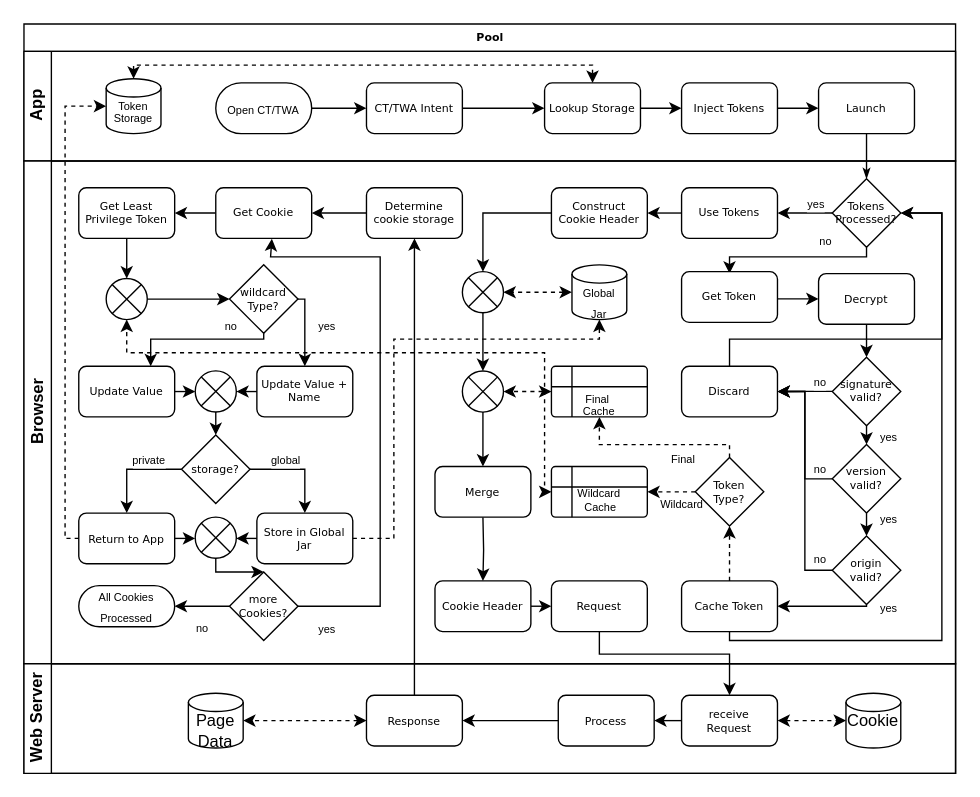
Before: thesis-template/res/Figures/Untitled Diagram.drawio in timchr42/thesis, a draw.io diagram. Source tidied: cells renumbered, new cells numbered last; positions are measured from the earlier drawing's top-left corner, leaving out a move shared by most shapes. Both pictures are drawn from the tidied source at 137%, with x=0, y=0 at pixel (23, 23).
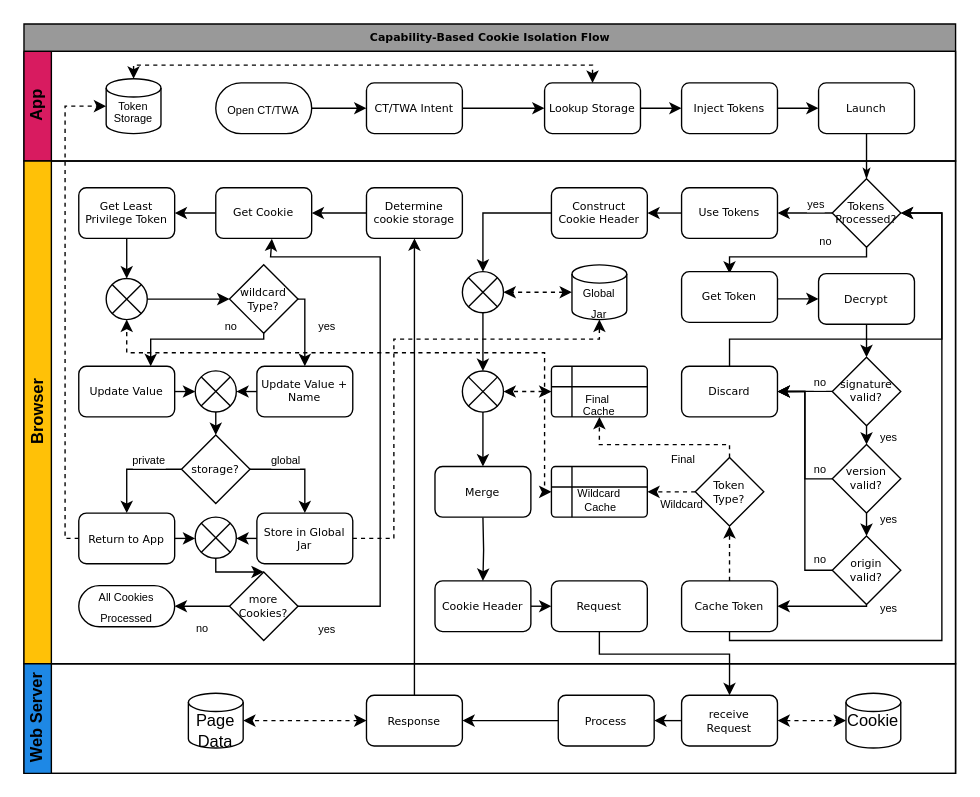
Above is the later version.

Commit message:
Update Untitled Diagram colored.drawio

Change to the diagram source:
```diff
@@
-    <mxCell id="2" value="Pool" style="swimlane;html=1;horizontal=1;startSize=20;rounded=0;shadow=0;labelBackgroundColor=none;strokeWidth=1;fontFamily=Verdana;fontSize=8;align=center;" parent="1" vertex="1">
+    <mxCell id="2" value="Capability-Based Cookie Isolation Flow" style="swimlane;html=1;horizontal=1;startSize=20;rounded=0;shadow=0;labelBackgroundColor=none;strokeWidth=1;fontFamily=Verdana;fontSize=8;align=center;fillColor=#999999;" parent="1" vertex="1">
       <mxGeometry width="680" height="547" as="geometry" />
     </mxCell>
@@
-    <mxCell id="4" value="App" style="swimlane;html=1;startSize=20;horizontal=0;" parent="2" vertex="1">
+    <mxCell id="4" value="App" style="swimlane;html=1;startSize=20;horizontal=0;fillColor=#D81B60;" parent="2" vertex="1">
       <mxGeometry y="20" width="680" height="80" as="geometry" />
     </mxCell>
@@
-    <mxCell id="16" value="Browser" style="swimlane;html=1;startSize=20;horizontal=0;" parent="2" vertex="1">
+    <mxCell id="16" value="Browser" style="swimlane;html=1;startSize=20;horizontal=0;fillColor=#FFC107;" parent="2" vertex="1">
       <mxGeometry y="100" width="680" height="367" as="geometry" />
     </mxCell>
@@
-    <mxCell id="105" value="Web Server" style="swimlane;html=1;startSize=20;horizontal=0;" parent="2" vertex="1">
+    <mxCell id="105" value="Web Server" style="swimlane;html=1;startSize=20;horizontal=0;fillColor=#1E88E5;" parent="2" vertex="1">
       <mxGeometry y="467" width="680" height="80" as="geometry" />
     </mxCell>
```
